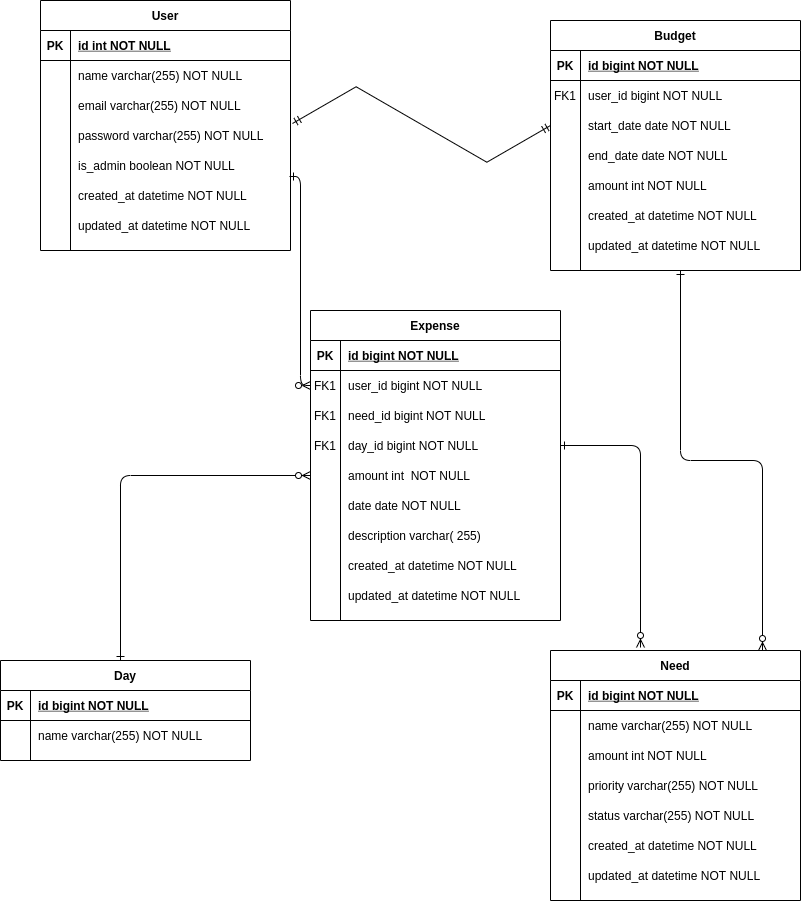
This is docs/budman_db.drawio.png from eaguidigodo/budman, a draw.io export, as it was before one commit. Source tidied: cells renumbered, new cells last; positions are measured from the earlier drawing's top-left corner, leaving out a move shared by most shapes.
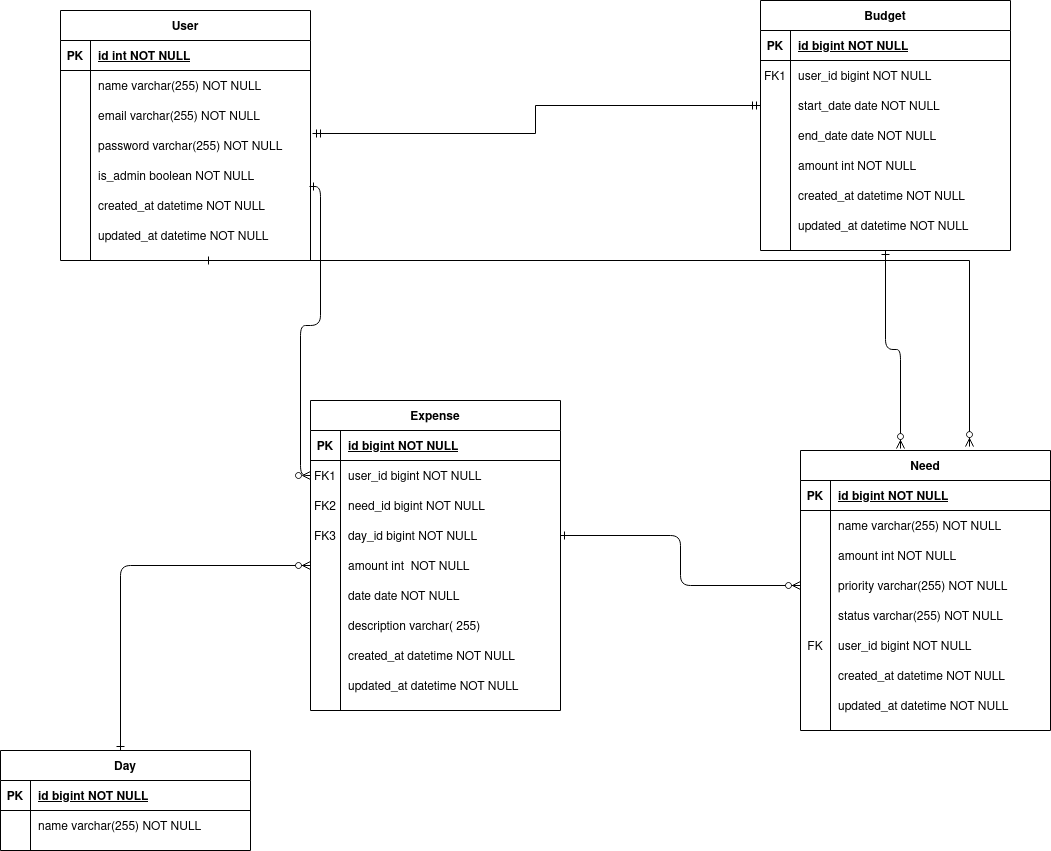
The same diagram one commit later.

Commit message:
Correct the ERD

The edit, as a diff of the source:
```diff
@@ -5,10 +5,8 @@
     <mxCell id="2" style="endArrow=ERzeroToMany;startArrow=ERone;endFill=1;startFill=0;edgeStyle=orthogonalEdgeStyle;exitX=0.996;exitY=0.867;exitDx=0;exitDy=0;exitPerimeter=0;" parent="1" edge="1" source="67" target="8">
       <mxGeometry relative="1" as="geometry" />
     </mxCell>
-    <mxCell id="3" style="endArrow=ERzeroToMany;startArrow=ERone;endFill=1;startFill=0;exitX=1;exitY=0.5;exitDx=0;exitDy=0;edgeStyle=orthogonalEdgeStyle;" parent="1" edge="1" source="14">
-      <mxGeometry relative="1" as="geometry">
-        <mxPoint x="640" y="647" as="targetPoint" />
-      </mxGeometry>
+    <mxCell id="3" style="endArrow=ERzeroToMany;startArrow=ERone;endFill=1;startFill=0;exitX=1;exitY=0.5;exitDx=0;exitDy=0;edgeStyle=orthogonalEdgeStyle;entryX=0;entryY=0.5;entryDx=0;entryDy=0;" parent="1" edge="1" source="14" target="42">
+      <mxGeometry relative="1" as="geometry" />
     </mxCell>
     <mxCell id="4" value="Expense" style="shape=table;startSize=30;rowLines=0;fontStyle=1;align=center;" parent="1" vertex="1">
       <mxGeometry x="310" y="310" width="250" height="310" as="geometry" />
@@ -34,7 +32,7 @@
     <mxCell id="11" style="shape=partialRectangle;fillColor=none;top=0;left=0;right=0;bottom=0;" parent="4" vertex="1">
       <mxGeometry y="90" width="250" height="30" as="geometry" />
     </mxCell>
-    <mxCell id="12" value="FK1" style="shape=partialRectangle;overflow=hidden;fillColor=none;top=0;left=0;bottom=0;right=0;" parent="11" vertex="1">
+    <mxCell id="12" value="FK2" style="shape=partialRectangle;overflow=hidden;fillColor=none;top=0;left=0;bottom=0;right=0;" parent="11" vertex="1">
       <mxGeometry width="30" height="30" as="geometry" />
     </mxCell>
     <mxCell id="13" value="need_id bigint NOT NULL" style="shape=partialRectangle;overflow=hidden;fillColor=none;top=0;left=0;bottom=0;right=0;align=left;spacingLeft=6;" parent="11" vertex="1">
@@ -43,7 +41,7 @@
     <mxCell id="14" style="shape=partialRectangle;fillColor=none;points=[[0,0.5],[1,0.5]];portConstraint=eastwest;top=0;left=0;right=0;bottom=0;" parent="4" vertex="1">
       <mxGeometry y="120" width="250" height="30" as="geometry" />
     </mxCell>
-    <mxCell id="15" value="FK1" style="shape=partialRectangle;overflow=hidden;fillColor=none;top=0;left=0;bottom=0;right=0;" parent="14" vertex="1">
+    <mxCell id="15" value="FK3" style="shape=partialRectangle;overflow=hidden;fillColor=none;top=0;left=0;bottom=0;right=0;" parent="14" vertex="1">
       <mxGeometry width="30" height="30" as="geometry" />
     </mxCell>
     <mxCell id="16" value="day_id bigint NOT NULL" style="shape=partialRectangle;overflow=hidden;fillColor=none;top=0;left=0;bottom=0;right=0;align=left;spacingLeft=6;" parent="14" vertex="1">
@@ -95,7 +93,7 @@
       <mxGeometry x="30" width="220" height="30" as="geometry" />
     </mxCell>
     <mxCell id="32" value="Need" style="shape=table;startSize=30;rowLines=0;fontStyle=1;align=center;" parent="1" vertex="1">
-      <mxGeometry x="550" y="650" width="250" height="250" as="geometry" />
+      <mxGeometry x="800" y="360" width="250" height="280" as="geometry" />
     </mxCell>
     <mxCell id="33" style="shape=partialRectangle;fillColor=none;top=0;left=0;right=0;bottom=1;" parent="32" vertex="1">
       <mxGeometry y="30" width="250" height="30" as="geometry" />
@@ -145,23 +143,32 @@
     <mxCell id="48" style="shape=partialRectangle;fillColor=none;top=0;left=0;right=0;bottom=0;" parent="32" vertex="1">
       <mxGeometry y="180" width="250" height="30" as="geometry" />
     </mxCell>
-    <mxCell id="49" style="shape=partialRectangle;overflow=hidden;fillColor=none;top=0;left=0;bottom=0;right=0;" parent="48" vertex="1">
+    <mxCell id="49" value="FK" style="shape=partialRectangle;overflow=hidden;fillColor=none;top=0;left=0;bottom=0;right=0;" parent="48" vertex="1">
       <mxGeometry width="30" height="30" as="geometry" />
     </mxCell>
-    <mxCell id="50" value="created_at datetime NOT NULL" style="shape=partialRectangle;overflow=hidden;fillColor=none;top=0;left=0;bottom=0;right=0;align=left;spacingLeft=6;" parent="48" vertex="1">
+    <mxCell id="50" value="user_id bigint NOT NULL" style="shape=partialRectangle;overflow=hidden;fillColor=none;top=0;left=0;bottom=0;right=0;align=left;spacingLeft=6;" parent="48" vertex="1">
       <mxGeometry x="30" width="220" height="30" as="geometry" />
     </mxCell>
     <mxCell id="51" style="shape=partialRectangle;fillColor=none;top=0;left=0;right=0;bottom=0;" parent="32" vertex="1">
       <mxGeometry y="210" width="250" height="30" as="geometry" />
     </mxCell>
-    <mxCell id="52" style="shape=partialRectangle;overflow=hidden;fillColor=none;top=0;left=0;bottom=0;right=0;" parent="51" vertex="1">
-      <mxGeometry width="30" height="30" as="geometry" />
-    </mxCell>
+    <mxCell id="108" style="shape=partialRectangle;overflow=hidden;fillColor=none;top=0;left=0;bottom=0;right=0;" parent="51" vertex="1">
+      <mxGeometry width="30" height="30" as="geometry" />
+    </mxCell>
+    <mxCell id="109" value="created_at datetime NOT NULL" style="shape=partialRectangle;overflow=hidden;fillColor=none;top=0;left=0;bottom=0;right=0;align=left;spacingLeft=6;" parent="51" vertex="1">
+      <mxGeometry x="30" width="220" height="30" as="geometry" />
+    </mxCell>
+    <mxCell id="110" style="shape=partialRectangle;fillColor=none;top=0;left=0;right=0;bottom=0;" parent="32" vertex="1">
+      <mxGeometry y="240" width="250" height="30" as="geometry" />
+    </mxCell>
+    <mxCell id="111" style="shape=partialRectangle;overflow=hidden;fillColor=none;top=0;left=0;bottom=0;right=0;" parent="110" vertex="1">
+      <mxGeometry width="30" height="30" as="geometry" />
+    </mxCell>
-    <mxCell id="53" value="updated_at datetime NOT NULL" style="shape=partialRectangle;overflow=hidden;fillColor=none;top=0;left=0;bottom=0;right=0;align=left;spacingLeft=6;" parent="51" vertex="1">
+    <mxCell id="53" value="updated_at datetime NOT NULL" style="shape=partialRectangle;overflow=hidden;fillColor=none;top=0;left=0;bottom=0;right=0;align=left;spacingLeft=6;" parent="110" vertex="1">
       <mxGeometry x="30" width="220" height="30" as="geometry" />
     </mxCell>
     <mxCell id="54" value="User" style="shape=table;startSize=30;rowLines=0;fontStyle=1;align=center;" parent="1" vertex="1">
-      <mxGeometry x="40" width="250" height="250" as="geometry" />
+      <mxGeometry x="60" y="-80" width="250" height="250" as="geometry" />
     </mxCell>
     <mxCell id="55" style="shape=partialRectangle;fillColor=none;top=0;left=0;right=0;bottom=1;" parent="54" vertex="1">
       <mxGeometry y="30" width="250" height="30" as="geometry" />
@@ -227,7 +234,7 @@
       <mxGeometry x="30" width="220" height="30" as="geometry" />
     </mxCell>
     <mxCell id="76" value="Budget" style="shape=table;startSize=30;rowLines=0;fontStyle=1;align=center;" parent="1" vertex="1">
-      <mxGeometry x="550" y="20" width="250" height="250" as="geometry" />
+      <mxGeometry x="760" y="-90" width="250" height="250" as="geometry" />
     </mxCell>
     <mxCell id="77" style="shape=partialRectangle;fillColor=none;top=0;left=0;right=0;bottom=1;" parent="76" vertex="1">
       <mxGeometry y="30" width="250" height="30" as="geometry" />
@@ -318,14 +325,16 @@
         <mxPoint x="120" y="660" as="sourcePoint" />
       </mxGeometry>
     </mxCell>
-    <mxCell id="106" style="endArrow=ERzeroToMany;startArrow=ERone;endFill=1;startFill=0;entryX=0.528;entryY=-0.012;entryDx=0;entryDy=0;entryPerimeter=0;edgeStyle=elbowEdgeStyle;elbow=vertical;" parent="1" edge="1">
-      <mxGeometry relative="1" as="geometry">
-        <mxPoint x="680" y="270" as="sourcePoint" />
-        <mxPoint x="762" y="650" as="targetPoint" />
-      </mxGeometry>
+    <mxCell id="106" style="endArrow=ERzeroToMany;startArrow=ERone;endFill=1;startFill=0;entryX=0.4;entryY=-0.007;entryDx=0;entryDy=0;entryPerimeter=0;edgeStyle=elbowEdgeStyle;elbow=vertical;exitX=0.5;exitY=1;exitDx=0;exitDy=0;" parent="1" edge="1" source="76" target="32">
+      <mxGeometry relative="1" as="geometry" />
     </mxCell>
-    <mxCell id="107" style="fontSize=12;html=1;endArrow=ERmandOne;startArrow=ERmandOne;rounded=0;exitX=1.008;exitY=0.1;exitDx=0;exitDy=0;exitPerimeter=0;entryX=0;entryY=0.5;entryDx=0;entryDy=0;edgeStyle=isometricEdgeStyle;" parent="1" edge="1" source="64" target="83">
+    <mxCell id="107" style="fontSize=12;html=1;endArrow=ERmandOne;startArrow=ERmandOne;rounded=0;exitX=1.008;exitY=0.1;exitDx=0;exitDy=0;exitPerimeter=0;entryX=0;entryY=0.5;entryDx=0;entryDy=0;edgeStyle=orthogonalEdgeStyle;" parent="1" edge="1" source="64" target="83">
       <mxGeometry relative="1" as="geometry" />
     </mxCell>
+    <mxCell id="112" style="endArrow=ERzeroToMany;startArrow=ERone;endFill=1;startFill=0;entryX=0.676;entryY=-0.014;entryDx=0;entryDy=0;entryPerimeter=0;edgeStyle=orthogonalEdgeStyle;rounded=0;" parent="1" edge="1" target="32">
+      <mxGeometry relative="1" as="geometry">
+        <mxPoint x="204" y="170" as="sourcePoint" />
+      </mxGeometry>
+    </mxCell>
   </root>
 </mxGraphModel>
```
